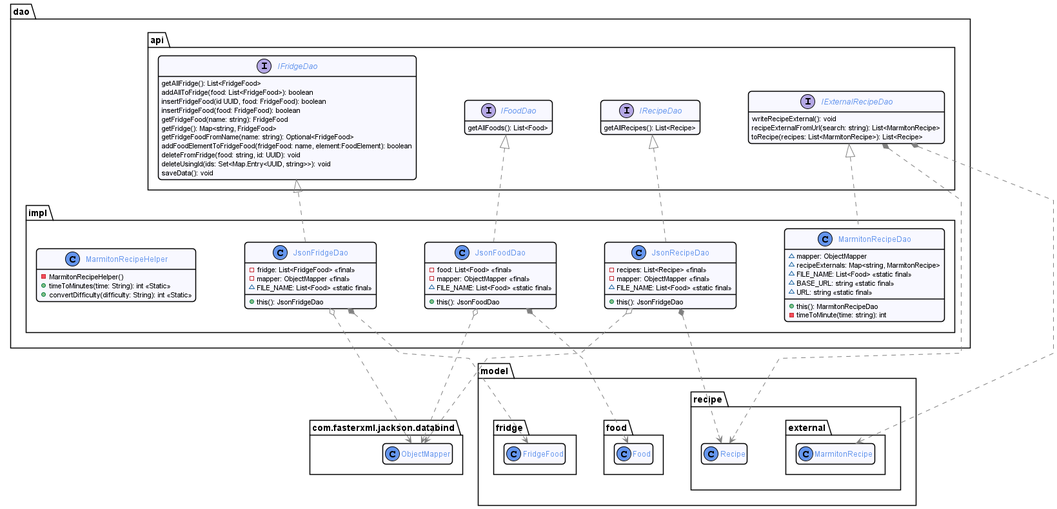
Above: docs/diagram/out/dao.png in romainvacheret/wadge-backend (PlantUML), before the change.
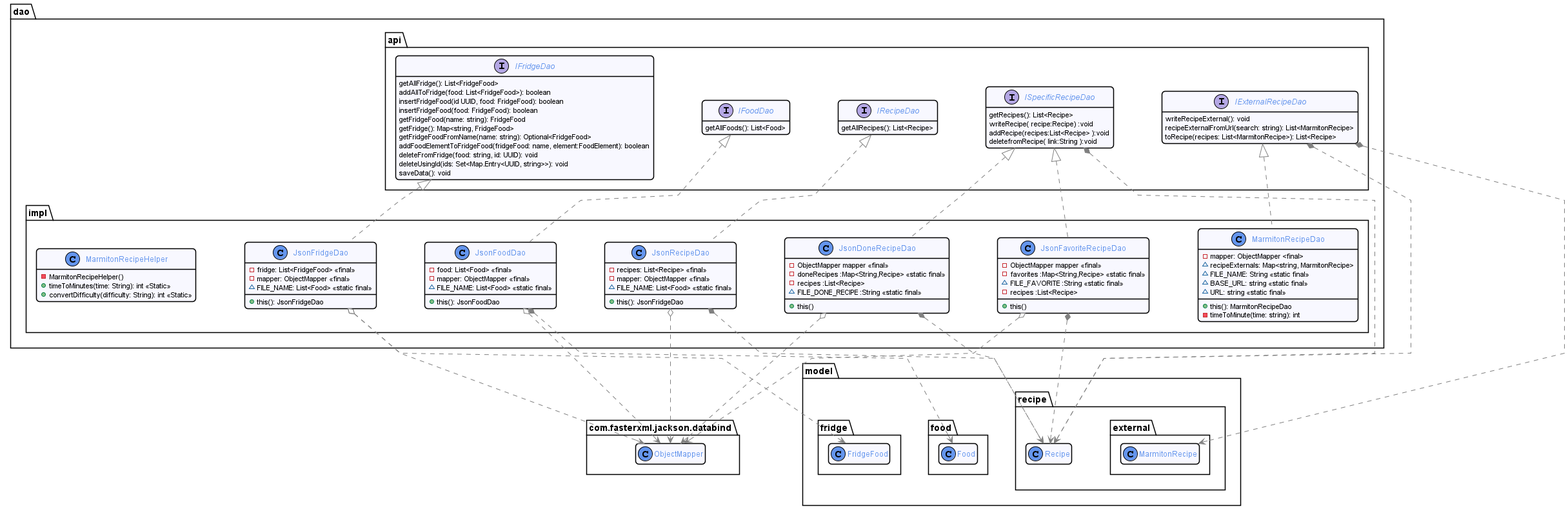
After the change.

Change to the diagram source:
```diff
@@ -51,6 +51,12 @@
             recipeExternalFromUrl(search: string): List<MarmitonRecipe>
             toRecipe(recipes: List<MarmitonRecipe>): List<Recipe>
         }
+        interface ISpecificRecipeDao{
+           getRecipes(): List<Recipe>
+	       writeRecipe( recipe:Recipe) :void
+	       addRecipe(recipes:List<Recipe> ):void
+	       deletefromRecipe( link:String ):void
+        }
     }
 
     package impl {
@@ -76,14 +82,28 @@
         }
 
         class MarmitonRecipeDao implements IExternalRecipeDao {
-            ~ mapper: ObjectMapper
+            - mapper: ObjectMapper <final>
             ~ recipeExternals: Map<string, MarmitonRecipe>
-            ~ FILE_NAME: List<Food> <<static final>>
+            ~ FILE_NAME: String <<static final>>
             ~ BASE_URL: string <<static final>>
             ~ URL: string <<static final>>
             + this(): MarmitonRecipeDao
             - timeToMinute(time: string): int
         }
+        class JsonFavoriteRecipeDao implements ISpecificRecipeDao {
+            - ObjectMapper mapper << final >>
+        	- favorites :Map<String,Recipe> <<static final>>
+        	~ FILE_FAVORITE :String <<static final >>
+        	- recipes :List<Recipe>
+        	+ this()
+        }
+        class JsonDoneRecipeDao implements ISpecificRecipeDao {
+            -  ObjectMapper mapper <<final>>
+            - doneRecipes :Map<String,Recipe> <<static final>>
+            - recipes :List<Recipe>
+            ~ FILE_DONE_RECIPE :String <<static final >>
+            + this()
+         }
         class MarmitonRecipeHelper{
             - MarmitonRecipeHelper()
             + timeToMinutes(time: String): int <<Static>>
@@ -104,4 +124,10 @@
 IExternalRecipeDao *..> Recipe
 IExternalRecipeDao *..> MarmitonRecipe
 
+ISpecificRecipeDao *..>Recipe
+JsonFavoriteRecipeDao *..>Recipe
+JsonFavoriteRecipeDao o..> ObjectMapper
+
+JsonDoneRecipeDao *..>Recipe
+JsonDoneRecipeDao o..> ObjectMapper
 @enduml
```
